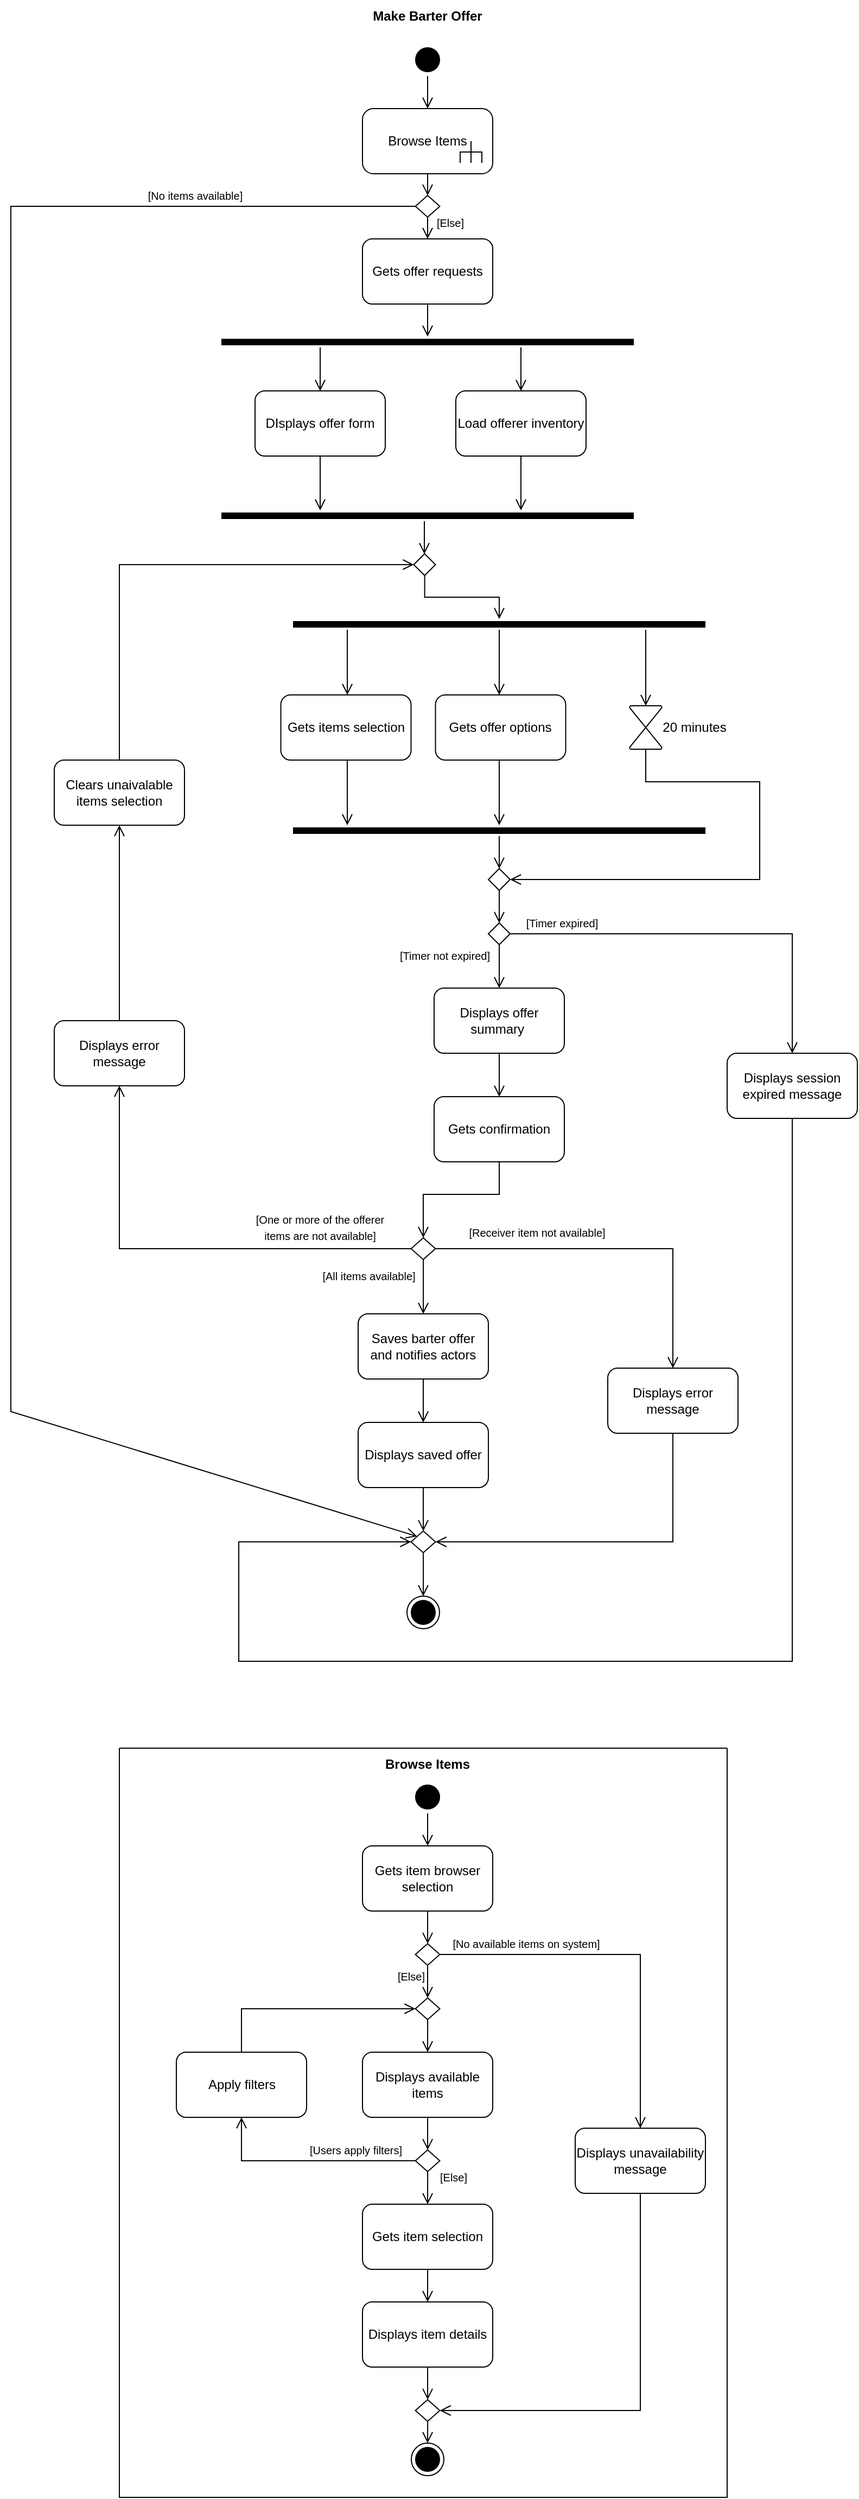
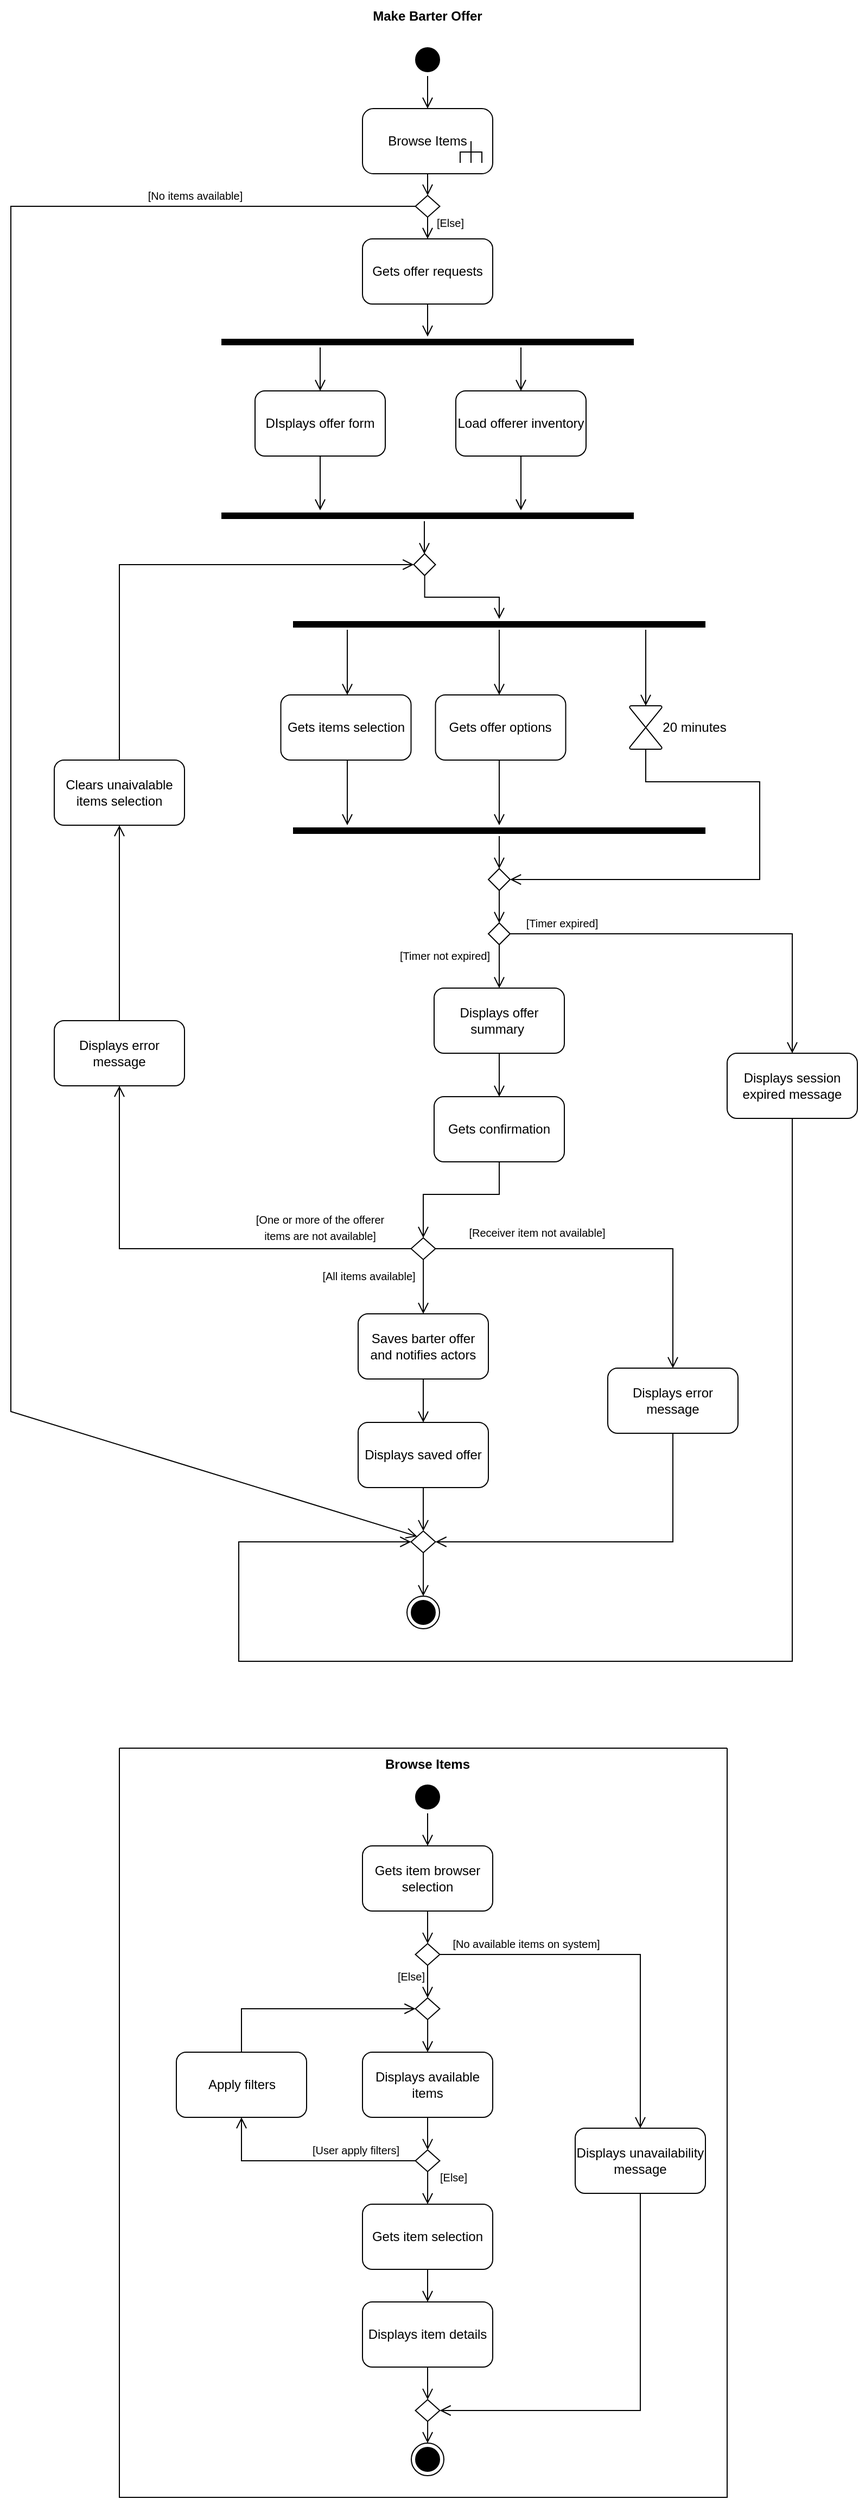
<mxfile host="app.diagrams.net">
  <diagram name="Pagina-1" id="wzVvh0PLMof7XneZ3m_G">
-     <mxGraphModel dx="5000" dy="2845" grid="1" gridSize="10" guides="1" tooltips="1" connect="1" arrows="1" fold="1" page="1" pageScale="1" pageWidth="827" pageHeight="1169" math="0" shadow="0">
+     <mxGraphModel dx="870" dy="495" grid="1" gridSize="10" guides="1" tooltips="1" connect="1" arrows="1" fold="1" page="1" pageScale="1" pageWidth="827" pageHeight="1169" math="0" shadow="0">
      <root>
        <mxCell id="0" />
        <mxCell id="1" parent="0" />
        <mxCell id="98pQ5EC6WEBKg6TK99Ge-1" parent="1" style="text;html=1;whiteSpace=wrap;strokeColor=none;fillColor=none;align=center;verticalAlign=middle;rounded=0;" value="&lt;b&gt;Make Barter Offer&lt;/b&gt;" vertex="1">
          <mxGeometry height="30" width="140" x="344" y="20" as="geometry" />
        </mxCell>
        <mxCell id="98pQ5EC6WEBKg6TK99Ge-6" parent="1" style="ellipse;html=1;shape=startState;fillColor=#000000;strokeColor=#000000;" value="" vertex="1">
          <mxGeometry height="30" width="30" x="399" y="60" as="geometry" />
        </mxCell>
        <mxCell id="98pQ5EC6WEBKg6TK99Ge-7" edge="1" parent="1" source="98pQ5EC6WEBKg6TK99Ge-6" style="edgeStyle=orthogonalEdgeStyle;html=1;verticalAlign=bottom;endArrow=open;endSize=8;strokeColor=#000000;rounded=0;" target="_pa2qI_lrXjVzIk5UoWA-33" value="">
          <mxGeometry relative="1" as="geometry">
            <mxPoint x="414" y="120" as="targetPoint" />
          </mxGeometry>
        </mxCell>
        <mxCell id="98pQ5EC6WEBKg6TK99Ge-8" parent="1" style="rounded=1;whiteSpace=wrap;html=1;" value="Gets offer requests" vertex="1">
          <mxGeometry height="60" width="120" x="354" y="240" as="geometry" />
        </mxCell>
        <mxCell id="98pQ5EC6WEBKg6TK99Ge-9" parent="1" style="rounded=1;whiteSpace=wrap;html=1;" value="DIsplays offer form" vertex="1">
          <mxGeometry height="60" width="120" x="255" y="380" as="geometry" />
        </mxCell>
        <mxCell id="98pQ5EC6WEBKg6TK99Ge-11" parent="1" style="rounded=1;whiteSpace=wrap;html=1;" value="Displays offer summary&amp;nbsp;" vertex="1">
          <mxGeometry height="60" width="120" x="420" y="930" as="geometry" />
        </mxCell>
        <mxCell id="98pQ5EC6WEBKg6TK99Ge-12" parent="1" style="rounded=1;whiteSpace=wrap;html=1;" value="Gets confirmation" vertex="1">
          <mxGeometry height="60" width="120" x="420" y="1030" as="geometry" />
        </mxCell>
        <mxCell id="98pQ5EC6WEBKg6TK99Ge-14" parent="1" style="rounded=1;whiteSpace=wrap;html=1;" value="Saves barter offer and notifies actors" vertex="1">
          <mxGeometry height="60" width="120" x="350" y="1230" as="geometry" />
        </mxCell>
        <mxCell id="98pQ5EC6WEBKg6TK99Ge-16" parent="1" style="rounded=1;whiteSpace=wrap;html=1;" value="Displays saved offer" vertex="1">
          <mxGeometry height="60" width="120" x="350" y="1330" as="geometry" />
        </mxCell>
        <mxCell id="98pQ5EC6WEBKg6TK99Ge-17" edge="1" parent="1" source="_pa2qI_lrXjVzIk5UoWA-33" style="edgeStyle=orthogonalEdgeStyle;html=1;verticalAlign=bottom;endArrow=open;endSize=8;strokeColor=#000000;rounded=0;" target="_pa2qI_lrXjVzIk5UoWA-69" value="">
          <mxGeometry relative="1" as="geometry">
            <mxPoint x="414" y="190" as="sourcePoint" />
            <mxPoint x="414" y="240" as="targetPoint" />
          </mxGeometry>
        </mxCell>
        <mxCell id="98pQ5EC6WEBKg6TK99Ge-19" edge="1" parent="1" source="98pQ5EC6WEBKg6TK99Ge-8" style="edgeStyle=orthogonalEdgeStyle;html=1;verticalAlign=bottom;endArrow=open;endSize=8;strokeColor=#000000;rounded=0;" target="_pa2qI_lrXjVzIk5UoWA-50" value="">
          <mxGeometry relative="1" as="geometry">
            <mxPoint x="404" y="460" as="sourcePoint" />
            <mxPoint x="404" y="490" as="targetPoint" />
          </mxGeometry>
        </mxCell>
        <mxCell id="98pQ5EC6WEBKg6TK99Ge-21" edge="1" parent="1" source="98pQ5EC6WEBKg6TK99Ge-11" style="edgeStyle=orthogonalEdgeStyle;html=1;verticalAlign=bottom;endArrow=open;endSize=8;strokeColor=#000000;rounded=0;" target="98pQ5EC6WEBKg6TK99Ge-12" value="">
          <mxGeometry relative="1" as="geometry">
            <mxPoint x="290" y="1080" as="sourcePoint" />
            <mxPoint x="290" y="1110" as="targetPoint" />
          </mxGeometry>
        </mxCell>
        <mxCell id="98pQ5EC6WEBKg6TK99Ge-22" edge="1" parent="1" source="98pQ5EC6WEBKg6TK99Ge-12" style="edgeStyle=orthogonalEdgeStyle;html=1;verticalAlign=bottom;endArrow=open;endSize=8;strokeColor=#000000;rounded=0;" target="98pQ5EC6WEBKg6TK99Ge-34" value="">
          <mxGeometry relative="1" as="geometry">
            <Array as="points">
              <mxPoint x="480" y="1120" />
              <mxPoint x="410" y="1120" />
            </Array>
            <mxPoint x="370" y="1150" as="sourcePoint" />
            <mxPoint x="370" y="1180" as="targetPoint" />
          </mxGeometry>
        </mxCell>
        <mxCell id="98pQ5EC6WEBKg6TK99Ge-23" edge="1" parent="1" source="98pQ5EC6WEBKg6TK99Ge-39" style="edgeStyle=orthogonalEdgeStyle;html=1;verticalAlign=bottom;endArrow=open;endSize=8;strokeColor=#000000;rounded=0;" target="98pQ5EC6WEBKg6TK99Ge-40" value="">
          <mxGeometry relative="1" as="geometry">
            <Array as="points">
              <mxPoint x="640" y="1440" />
            </Array>
            <mxPoint x="710" y="1430" as="sourcePoint" />
            <mxPoint x="370" y="1530" as="targetPoint" />
          </mxGeometry>
        </mxCell>
        <mxCell id="98pQ5EC6WEBKg6TK99Ge-26" edge="1" parent="1" source="98pQ5EC6WEBKg6TK99Ge-34" style="edgeStyle=orthogonalEdgeStyle;html=1;verticalAlign=bottom;endArrow=open;endSize=8;strokeColor=#000000;rounded=0;" target="98pQ5EC6WEBKg6TK99Ge-39" value="">
          <mxGeometry relative="1" as="geometry">
            <mxPoint x="470" y="1170" as="sourcePoint" />
            <mxPoint x="500" y="1170" as="targetPoint" />
          </mxGeometry>
        </mxCell>
        <mxCell id="98pQ5EC6WEBKg6TK99Ge-27" edge="1" parent="1" source="98pQ5EC6WEBKg6TK99Ge-34" style="edgeStyle=orthogonalEdgeStyle;html=1;verticalAlign=bottom;endArrow=open;endSize=8;strokeColor=#000000;rounded=0;exitX=0;exitY=0.5;exitDx=0;exitDy=0;" target="98pQ5EC6WEBKg6TK99Ge-42" value="">
          <mxGeometry relative="1" as="geometry">
            <mxPoint x="500" y="1120" as="sourcePoint" />
            <mxPoint x="200" y="1170" as="targetPoint" />
          </mxGeometry>
        </mxCell>
        <mxCell id="98pQ5EC6WEBKg6TK99Ge-28" edge="1" parent="1" source="98pQ5EC6WEBKg6TK99Ge-40" style="edgeStyle=orthogonalEdgeStyle;html=1;verticalAlign=bottom;endArrow=open;endSize=8;strokeColor=#000000;rounded=0;" target="98pQ5EC6WEBKg6TK99Ge-41" value="">
          <mxGeometry relative="1" as="geometry">
            <mxPoint x="521.05" y="1560" as="sourcePoint" />
            <mxPoint x="521.05" y="1590" as="targetPoint" />
          </mxGeometry>
        </mxCell>
        <mxCell id="98pQ5EC6WEBKg6TK99Ge-31" edge="1" parent="1" source="98pQ5EC6WEBKg6TK99Ge-43" style="edgeStyle=orthogonalEdgeStyle;html=1;verticalAlign=bottom;endArrow=open;endSize=8;strokeColor=#000000;rounded=0;" target="98pQ5EC6WEBKg6TK99Ge-45" value="">
          <mxGeometry relative="1" as="geometry">
            <Array as="points">
              <mxPoint x="130" y="540" />
            </Array>
            <mxPoint x="720" y="790" as="sourcePoint" />
            <mxPoint x="720" y="820" as="targetPoint" />
          </mxGeometry>
        </mxCell>
        <mxCell id="98pQ5EC6WEBKg6TK99Ge-32" edge="1" parent="1" source="98pQ5EC6WEBKg6TK99Ge-45" style="edgeStyle=orthogonalEdgeStyle;html=1;verticalAlign=bottom;endArrow=open;endSize=8;strokeColor=#000000;rounded=0;" target="_pa2qI_lrXjVzIk5UoWA-2" value="">
          <mxGeometry relative="1" as="geometry">
            <Array as="points">
              <mxPoint x="411" y="570" />
              <mxPoint x="480" y="570" />
            </Array>
            <mxPoint x="690" y="785" as="sourcePoint" />
            <mxPoint x="690" y="815" as="targetPoint" />
          </mxGeometry>
        </mxCell>
        <mxCell id="98pQ5EC6WEBKg6TK99Ge-33" edge="1" parent="1" source="98pQ5EC6WEBKg6TK99Ge-34" style="edgeStyle=orthogonalEdgeStyle;html=1;verticalAlign=bottom;endArrow=open;endSize=8;strokeColor=#000000;rounded=0;" target="98pQ5EC6WEBKg6TK99Ge-14" value="">
          <mxGeometry relative="1" as="geometry">
            <mxPoint x="580" y="1170" as="sourcePoint" />
            <mxPoint x="410" y="1210" as="targetPoint" />
          </mxGeometry>
        </mxCell>
        <mxCell id="98pQ5EC6WEBKg6TK99Ge-34" parent="1" style="rhombus;whiteSpace=wrap;html=1;" value="" vertex="1">
          <mxGeometry height="20" width="22.5" x="398.75" y="1160" as="geometry" />
        </mxCell>
        <mxCell id="98pQ5EC6WEBKg6TK99Ge-36" parent="1" style="text;html=1;whiteSpace=wrap;strokeColor=none;fillColor=none;align=center;verticalAlign=middle;rounded=0;" value="&lt;font style=&quot;font-size: 10px;&quot;&gt;[Receiver item not available]&lt;/font&gt;" vertex="1">
          <mxGeometry height="30" width="130" x="450" y="1140" as="geometry" />
        </mxCell>
        <mxCell id="98pQ5EC6WEBKg6TK99Ge-37" parent="1" style="text;html=1;whiteSpace=wrap;strokeColor=none;fillColor=none;align=center;verticalAlign=middle;rounded=0;" value="&lt;font style=&quot;font-size: 10px;&quot;&gt;[One or more of the offerer items are not available]&lt;/font&gt;" vertex="1">
          <mxGeometry height="30" width="130" x="250" y="1135" as="geometry" />
        </mxCell>
        <mxCell id="98pQ5EC6WEBKg6TK99Ge-38" parent="1" style="text;html=1;whiteSpace=wrap;strokeColor=none;fillColor=none;align=center;verticalAlign=middle;rounded=0;" value="&lt;font style=&quot;font-size: 10px;&quot;&gt;[All items available]&lt;/font&gt;" vertex="1">
          <mxGeometry height="30" width="90" x="315" y="1180" as="geometry" />
        </mxCell>
        <mxCell id="98pQ5EC6WEBKg6TK99Ge-39" parent="1" style="rounded=1;whiteSpace=wrap;html=1;" value="Displays error message" vertex="1">
          <mxGeometry height="60" width="120" x="580" y="1280" as="geometry" />
        </mxCell>
        <mxCell id="98pQ5EC6WEBKg6TK99Ge-40" parent="1" style="rhombus;whiteSpace=wrap;html=1;" value="" vertex="1">
          <mxGeometry height="20" width="22.5" x="398.75" y="1430" as="geometry" />
        </mxCell>
        <mxCell id="98pQ5EC6WEBKg6TK99Ge-41" parent="1" style="ellipse;html=1;shape=endState;fillColor=#000000;strokeColor=#000000;" value="" vertex="1">
          <mxGeometry height="30" width="30" x="395" y="1490" as="geometry" />
        </mxCell>
        <mxCell id="98pQ5EC6WEBKg6TK99Ge-42" parent="1" style="rounded=1;whiteSpace=wrap;html=1;" value="Displays error message" vertex="1">
          <mxGeometry height="60" width="120" x="70" y="960" as="geometry" />
        </mxCell>
        <mxCell id="98pQ5EC6WEBKg6TK99Ge-43" parent="1" style="rounded=1;whiteSpace=wrap;html=1;" value="Clears unaivalable items selection" vertex="1">
          <mxGeometry height="60" width="120" x="70" y="720" as="geometry" />
        </mxCell>
        <mxCell id="98pQ5EC6WEBKg6TK99Ge-45" parent="1" style="rhombus;whiteSpace=wrap;html=1;" value="" vertex="1">
          <mxGeometry height="20" width="20" x="401.25" y="530" as="geometry" />
        </mxCell>
        <mxCell id="98pQ5EC6WEBKg6TK99Ge-47" edge="1" parent="1" source="98pQ5EC6WEBKg6TK99Ge-42" style="edgeStyle=orthogonalEdgeStyle;html=1;verticalAlign=bottom;endArrow=open;endSize=8;strokeColor=#000000;rounded=0;" target="98pQ5EC6WEBKg6TK99Ge-43" value="">
          <mxGeometry relative="1" as="geometry">
            <mxPoint x="190" y="540" as="sourcePoint" />
            <mxPoint x="190" y="570" as="targetPoint" />
          </mxGeometry>
        </mxCell>
        <mxCell id="98pQ5EC6WEBKg6TK99Ge-49" edge="1" parent="1" source="98pQ5EC6WEBKg6TK99Ge-16" style="edgeStyle=orthogonalEdgeStyle;html=1;verticalAlign=bottom;endArrow=open;endSize=8;strokeColor=#000000;rounded=0;" target="98pQ5EC6WEBKg6TK99Ge-40" value="">
          <mxGeometry relative="1" as="geometry">
            <mxPoint x="590" y="980" as="sourcePoint" />
            <mxPoint x="440" y="1510" as="targetPoint" />
          </mxGeometry>
        </mxCell>
        <mxCell id="98pQ5EC6WEBKg6TK99Ge-54" edge="1" parent="1" source="98pQ5EC6WEBKg6TK99Ge-14" style="edgeStyle=orthogonalEdgeStyle;html=1;verticalAlign=bottom;endArrow=open;endSize=8;strokeColor=#000000;rounded=0;" target="98pQ5EC6WEBKg6TK99Ge-16" value="">
          <mxGeometry relative="1" as="geometry">
            <mxPoint x="410" y="1370" as="sourcePoint" />
            <mxPoint x="410" y="1440" as="targetPoint" />
          </mxGeometry>
        </mxCell>
        <mxCell id="_pa2qI_lrXjVzIk5UoWA-2" parent="1" style="shape=line;html=1;strokeWidth=6;strokeColor=#000000;" value="" vertex="1">
          <mxGeometry height="10" width="380" x="290" y="590" as="geometry" />
        </mxCell>
        <mxCell id="_pa2qI_lrXjVzIk5UoWA-4" parent="1" style="rounded=1;whiteSpace=wrap;html=1;" value="Gets items selection" vertex="1">
          <mxGeometry height="60" width="120" x="278.75" y="660" as="geometry" />
        </mxCell>
        <mxCell id="_pa2qI_lrXjVzIk5UoWA-5" parent="1" style="rounded=1;whiteSpace=wrap;html=1;" value="Gets offer options" vertex="1">
          <mxGeometry height="60" width="120" x="421.25" y="660" as="geometry" />
        </mxCell>
        <mxCell id="_pa2qI_lrXjVzIk5UoWA-8" parent="1" style="verticalLabelPosition=bottom;verticalAlign=top;html=1;shape=mxgraph.flowchart.collate;" value="" vertex="1">
          <mxGeometry height="40" width="30" x="600" y="670" as="geometry" />
        </mxCell>
        <mxCell id="_pa2qI_lrXjVzIk5UoWA-9" edge="1" parent="1" source="_pa2qI_lrXjVzIk5UoWA-2" style="edgeStyle=orthogonalEdgeStyle;html=1;verticalAlign=bottom;endArrow=open;endSize=8;strokeColor=#000000;rounded=0;" target="_pa2qI_lrXjVzIk5UoWA-4" value="">
          <mxGeometry relative="1" as="geometry">
            <Array as="points">
              <mxPoint x="340" y="610" />
              <mxPoint x="340" y="610" />
            </Array>
            <mxPoint x="800" y="610" as="sourcePoint" />
            <mxPoint x="800" y="660" as="targetPoint" />
          </mxGeometry>
        </mxCell>
        <mxCell id="_pa2qI_lrXjVzIk5UoWA-10" parent="1" style="text;html=1;whiteSpace=wrap;strokeColor=none;fillColor=none;align=center;verticalAlign=middle;rounded=0;" value="20 minutes" vertex="1">
          <mxGeometry height="15" width="80" x="620" y="682.5" as="geometry" />
        </mxCell>
        <mxCell id="_pa2qI_lrXjVzIk5UoWA-12" edge="1" parent="1" source="_pa2qI_lrXjVzIk5UoWA-2" style="edgeStyle=orthogonalEdgeStyle;html=1;verticalAlign=bottom;endArrow=open;endSize=8;strokeColor=#000000;rounded=0;" target="_pa2qI_lrXjVzIk5UoWA-8" value="">
          <mxGeometry relative="1" as="geometry">
            <Array as="points">
              <mxPoint x="615" y="610" />
              <mxPoint x="615" y="610" />
            </Array>
            <mxPoint x="790" y="850" as="sourcePoint" />
            <mxPoint x="790" y="900" as="targetPoint" />
          </mxGeometry>
        </mxCell>
        <mxCell id="_pa2qI_lrXjVzIk5UoWA-13" edge="1" parent="1" source="_pa2qI_lrXjVzIk5UoWA-2" style="edgeStyle=orthogonalEdgeStyle;html=1;verticalAlign=bottom;endArrow=open;endSize=8;strokeColor=#000000;rounded=0;" target="_pa2qI_lrXjVzIk5UoWA-5" value="">
          <mxGeometry relative="1" as="geometry">
            <Array as="points">
              <mxPoint x="480" y="650" />
              <mxPoint x="480" y="650" />
            </Array>
            <mxPoint x="800" y="500" as="sourcePoint" />
            <mxPoint x="800" y="550" as="targetPoint" />
          </mxGeometry>
        </mxCell>
        <mxCell id="_pa2qI_lrXjVzIk5UoWA-16" edge="1" parent="1" source="_pa2qI_lrXjVzIk5UoWA-5" style="edgeStyle=orthogonalEdgeStyle;html=1;verticalAlign=bottom;endArrow=open;endSize=8;strokeColor=#000000;rounded=0;" target="_pa2qI_lrXjVzIk5UoWA-47" value="">
          <mxGeometry relative="1" as="geometry">
            <Array as="points">
              <mxPoint x="480" y="730" />
              <mxPoint x="480" y="730" />
            </Array>
            <mxPoint x="490" y="710" as="sourcePoint" />
            <mxPoint x="480" y="760" as="targetPoint" />
          </mxGeometry>
        </mxCell>
        <mxCell id="_pa2qI_lrXjVzIk5UoWA-17" edge="1" parent="1" source="_pa2qI_lrXjVzIk5UoWA-4" style="edgeStyle=orthogonalEdgeStyle;html=1;verticalAlign=bottom;endArrow=open;endSize=8;strokeColor=#000000;rounded=0;" target="_pa2qI_lrXjVzIk5UoWA-47" value="">
          <mxGeometry relative="1" as="geometry">
            <Array as="points">
              <mxPoint x="340" y="750" />
              <mxPoint x="340" y="750" />
            </Array>
            <mxPoint x="360" y="750" as="sourcePoint" />
            <mxPoint x="470" y="770" as="targetPoint" />
          </mxGeometry>
        </mxCell>
        <mxCell id="_pa2qI_lrXjVzIk5UoWA-22" parent="1" style="rounded=1;whiteSpace=wrap;html=1;" value="Displays session expired message" vertex="1">
          <mxGeometry height="60" width="120" x="690" y="990" as="geometry" />
        </mxCell>
        <mxCell id="_pa2qI_lrXjVzIk5UoWA-25" edge="1" parent="1" source="_pa2qI_lrXjVzIk5UoWA-22" style="edgeStyle=orthogonalEdgeStyle;html=1;verticalAlign=bottom;endArrow=open;endSize=8;strokeColor=#000000;rounded=0;" target="98pQ5EC6WEBKg6TK99Ge-40" value="">
          <mxGeometry relative="1" as="geometry">
            <Array as="points">
              <mxPoint x="750" y="1550" />
              <mxPoint x="240" y="1550" />
              <mxPoint x="240" y="1440" />
            </Array>
            <mxPoint x="1310" y="1000" as="sourcePoint" />
            <mxPoint x="1140" y="1330" as="targetPoint" />
          </mxGeometry>
        </mxCell>
        <mxCell id="_pa2qI_lrXjVzIk5UoWA-26" parent="1" style="swimlane;startSize=0;" value="" vertex="1">
          <mxGeometry height="690" width="560" x="130" y="1630" as="geometry" />
        </mxCell>
        <mxCell id="98pQ5EC6WEBKg6TK99Ge-3" parent="_pa2qI_lrXjVzIk5UoWA-26" style="text;html=1;whiteSpace=wrap;strokeColor=none;fillColor=none;align=center;verticalAlign=middle;rounded=0;" value="&lt;b&gt;Browse Items&lt;/b&gt;" vertex="1">
          <mxGeometry height="30" width="100" x="234" as="geometry" />
        </mxCell>
-         <mxCell id="_pa2qI_lrXjVzIk5UoWA-81" parent="_pa2qI_lrXjVzIk5UoWA-26" style="text;html=1;whiteSpace=wrap;strokeColor=none;fillColor=none;align=center;verticalAlign=middle;rounded=0;" value="&lt;font style=&quot;font-size: 10px;&quot;&gt;[Users apply filters]&lt;/font&gt;" vertex="1">
+         <mxCell id="_pa2qI_lrXjVzIk5UoWA-81" parent="_pa2qI_lrXjVzIk5UoWA-26" style="text;html=1;whiteSpace=wrap;strokeColor=none;fillColor=none;align=center;verticalAlign=middle;rounded=0;" value="&lt;font style=&quot;font-size: 10px;&quot;&gt;[User apply filters]&lt;/font&gt;" vertex="1">
          <mxGeometry height="20" width="110" x="162.75" y="360" as="geometry" />
        </mxCell>
        <mxCell id="98pQ5EC6WEBKg6TK99Ge-70" parent="_pa2qI_lrXjVzIk5UoWA-26" style="rounded=1;whiteSpace=wrap;html=1;" value="Displays item details" vertex="1">
          <mxGeometry height="60" width="120" x="224" y="510" as="geometry" />
        </mxCell>
        <mxCell id="98pQ5EC6WEBKg6TK99Ge-62" parent="_pa2qI_lrXjVzIk5UoWA-26" style="rounded=1;whiteSpace=wrap;html=1;" value="Gets item selection" vertex="1">
          <mxGeometry height="60" width="120" x="224" y="420" as="geometry" />
        </mxCell>
        <mxCell id="98pQ5EC6WEBKg6TK99Ge-68" edge="1" parent="_pa2qI_lrXjVzIk5UoWA-26" source="98pQ5EC6WEBKg6TK99Ge-62" style="edgeStyle=orthogonalEdgeStyle;html=1;verticalAlign=bottom;endArrow=open;endSize=8;strokeColor=#000000;rounded=0;" target="98pQ5EC6WEBKg6TK99Ge-70" value="">
          <mxGeometry relative="1" as="geometry">
            <mxPoint x="429" y="570" as="sourcePoint" />
            <mxPoint x="429" y="600" as="targetPoint" />
          </mxGeometry>
        </mxCell>
        <mxCell id="98pQ5EC6WEBKg6TK99Ge-61" parent="_pa2qI_lrXjVzIk5UoWA-26" style="rounded=1;whiteSpace=wrap;html=1;" value="Displays available items" vertex="1">
          <mxGeometry height="60" width="120" x="224" y="280" as="geometry" />
        </mxCell>
        <mxCell id="98pQ5EC6WEBKg6TK99Ge-60" parent="_pa2qI_lrXjVzIk5UoWA-26" style="rounded=1;whiteSpace=wrap;html=1;" value="Gets item browser selection" vertex="1">
          <mxGeometry height="60" width="120" x="224" y="90" as="geometry" />
        </mxCell>
        <mxCell id="_pa2qI_lrXjVzIk5UoWA-60" parent="_pa2qI_lrXjVzIk5UoWA-26" style="rhombus;whiteSpace=wrap;html=1;" value="" vertex="1">
          <mxGeometry height="20" width="22.5" x="272.75" y="180" as="geometry" />
        </mxCell>
        <mxCell id="98pQ5EC6WEBKg6TK99Ge-66" edge="1" parent="_pa2qI_lrXjVzIk5UoWA-26" source="98pQ5EC6WEBKg6TK99Ge-60" style="edgeStyle=orthogonalEdgeStyle;html=1;verticalAlign=bottom;endArrow=open;endSize=8;strokeColor=#000000;rounded=0;" target="_pa2qI_lrXjVzIk5UoWA-60" value="">
          <mxGeometry relative="1" as="geometry">
            <mxPoint x="349" y="220" as="sourcePoint" />
            <mxPoint x="349" y="250" as="targetPoint" />
          </mxGeometry>
        </mxCell>
        <mxCell id="_pa2qI_lrXjVzIk5UoWA-63" parent="_pa2qI_lrXjVzIk5UoWA-26" style="text;html=1;whiteSpace=wrap;strokeColor=none;fillColor=none;align=center;verticalAlign=middle;rounded=0;" value="&lt;font style=&quot;font-size: 10px;&quot;&gt;[Else]&lt;/font&gt;" vertex="1">
          <mxGeometry height="20" width="40" x="249" y="200" as="geometry" />
        </mxCell>
        <mxCell id="_pa2qI_lrXjVzIk5UoWA-64" edge="1" parent="_pa2qI_lrXjVzIk5UoWA-26" source="_pa2qI_lrXjVzIk5UoWA-60" style="edgeStyle=orthogonalEdgeStyle;html=1;verticalAlign=bottom;endArrow=open;endSize=8;strokeColor=#000000;rounded=0;" target="_pa2qI_lrXjVzIk5UoWA-78" value="">
          <mxGeometry relative="1" as="geometry">
            <mxPoint x="269" y="250" as="sourcePoint" />
            <mxPoint x="269" y="290" as="targetPoint" />
          </mxGeometry>
        </mxCell>
        <mxCell id="_pa2qI_lrXjVzIk5UoWA-67" parent="_pa2qI_lrXjVzIk5UoWA-26" style="rhombus;whiteSpace=wrap;html=1;" value="" vertex="1">
          <mxGeometry height="20" width="22.5" x="272.75" y="600" as="geometry" />
        </mxCell>
        <mxCell id="98pQ5EC6WEBKg6TK99Ge-69" edge="1" parent="_pa2qI_lrXjVzIk5UoWA-26" source="98pQ5EC6WEBKg6TK99Ge-70" style="edgeStyle=orthogonalEdgeStyle;html=1;verticalAlign=bottom;endArrow=open;endSize=8;strokeColor=#000000;rounded=0;" target="_pa2qI_lrXjVzIk5UoWA-67" value="">
          <mxGeometry relative="1" as="geometry">
            <mxPoint x="409" y="710" as="sourcePoint" />
            <mxPoint x="409" y="740" as="targetPoint" />
          </mxGeometry>
        </mxCell>
        <mxCell id="98pQ5EC6WEBKg6TK99Ge-64" parent="_pa2qI_lrXjVzIk5UoWA-26" style="ellipse;html=1;shape=endState;fillColor=#000000;strokeColor=#000000;" value="" vertex="1">
          <mxGeometry height="30" width="30" x="269" y="640" as="geometry" />
        </mxCell>
        <mxCell id="_pa2qI_lrXjVzIk5UoWA-68" edge="1" parent="_pa2qI_lrXjVzIk5UoWA-26" source="_pa2qI_lrXjVzIk5UoWA-67" style="edgeStyle=orthogonalEdgeStyle;html=1;verticalAlign=bottom;endArrow=open;endSize=8;strokeColor=#000000;rounded=0;" target="98pQ5EC6WEBKg6TK99Ge-64" value="">
          <mxGeometry relative="1" as="geometry">
            <Array as="points" />
            <mxPoint x="284" y="600" as="sourcePoint" />
            <mxPoint x="499" y="630" as="targetPoint" />
          </mxGeometry>
        </mxCell>
        <mxCell id="98pQ5EC6WEBKg6TK99Ge-63" parent="_pa2qI_lrXjVzIk5UoWA-26" style="ellipse;html=1;shape=startState;fillColor=#000000;strokeColor=#000000;" value="" vertex="1">
          <mxGeometry height="30" width="30" x="269" y="30" as="geometry" />
        </mxCell>
        <mxCell id="98pQ5EC6WEBKg6TK99Ge-65" edge="1" parent="_pa2qI_lrXjVzIk5UoWA-26" source="98pQ5EC6WEBKg6TK99Ge-63" style="edgeStyle=orthogonalEdgeStyle;html=1;verticalAlign=bottom;endArrow=open;endSize=8;strokeColor=#000000;rounded=0;" target="98pQ5EC6WEBKg6TK99Ge-60" value="">
          <mxGeometry relative="1" as="geometry">
            <mxPoint x="329" y="70" as="sourcePoint" />
            <mxPoint x="329" y="100" as="targetPoint" />
          </mxGeometry>
        </mxCell>
        <mxCell id="_pa2qI_lrXjVzIk5UoWA-62" parent="_pa2qI_lrXjVzIk5UoWA-26" style="text;html=1;whiteSpace=wrap;strokeColor=none;fillColor=none;align=center;verticalAlign=middle;rounded=0;" value="&lt;font style=&quot;font-size: 10px;&quot;&gt;[No available items on system]&lt;/font&gt;" vertex="1">
          <mxGeometry height="20" width="160" x="295" y="170" as="geometry" />
        </mxCell>
        <mxCell id="_pa2qI_lrXjVzIk5UoWA-76" parent="_pa2qI_lrXjVzIk5UoWA-26" style="rhombus;whiteSpace=wrap;html=1;" value="" vertex="1">
          <mxGeometry height="20" width="22.5" x="272.75" y="370" as="geometry" />
        </mxCell>
        <mxCell id="98pQ5EC6WEBKg6TK99Ge-67" edge="1" parent="_pa2qI_lrXjVzIk5UoWA-26" source="98pQ5EC6WEBKg6TK99Ge-61" style="edgeStyle=orthogonalEdgeStyle;html=1;verticalAlign=bottom;endArrow=open;endSize=8;strokeColor=#000000;rounded=0;" target="_pa2qI_lrXjVzIk5UoWA-76" value="">
          <mxGeometry relative="1" as="geometry">
            <mxPoint x="419" y="430" as="sourcePoint" />
            <mxPoint x="419" y="460" as="targetPoint" />
          </mxGeometry>
        </mxCell>
        <mxCell id="_pa2qI_lrXjVzIk5UoWA-79" edge="1" parent="_pa2qI_lrXjVzIk5UoWA-26" source="_pa2qI_lrXjVzIk5UoWA-76" style="edgeStyle=orthogonalEdgeStyle;html=1;verticalAlign=bottom;endArrow=open;endSize=8;strokeColor=#000000;rounded=0;" target="98pQ5EC6WEBKg6TK99Ge-62" value="">
          <mxGeometry relative="1" as="geometry">
            <mxPoint x="119" y="370" as="sourcePoint" />
            <mxPoint x="29" y="460" as="targetPoint" />
          </mxGeometry>
        </mxCell>
        <mxCell id="_pa2qI_lrXjVzIk5UoWA-80" edge="1" parent="_pa2qI_lrXjVzIk5UoWA-26" source="_pa2qI_lrXjVzIk5UoWA-76" style="edgeStyle=orthogonalEdgeStyle;html=1;verticalAlign=bottom;endArrow=open;endSize=8;strokeColor=#000000;rounded=0;" target="_pa2qI_lrXjVzIk5UoWA-77" value="">
          <mxGeometry relative="1" as="geometry">
            <mxPoint x="339" y="320" as="sourcePoint" />
            <mxPoint x="249" y="330" as="targetPoint" />
          </mxGeometry>
        </mxCell>
        <mxCell id="_pa2qI_lrXjVzIk5UoWA-77" parent="_pa2qI_lrXjVzIk5UoWA-26" style="rounded=1;whiteSpace=wrap;html=1;" value="Apply filters" vertex="1">
          <mxGeometry height="60" width="120" x="52.5" y="280" as="geometry" />
        </mxCell>
        <mxCell id="_pa2qI_lrXjVzIk5UoWA-82" parent="_pa2qI_lrXjVzIk5UoWA-26" style="text;html=1;whiteSpace=wrap;strokeColor=none;fillColor=none;align=center;verticalAlign=middle;rounded=0;" value="&lt;font style=&quot;font-size: 10px;&quot;&gt;[Else]&lt;/font&gt;" vertex="1">
          <mxGeometry height="10" width="26" x="295" y="390" as="geometry" />
        </mxCell>
        <mxCell id="_pa2qI_lrXjVzIk5UoWA-78" parent="_pa2qI_lrXjVzIk5UoWA-26" style="rhombus;whiteSpace=wrap;html=1;" value="" vertex="1">
          <mxGeometry height="20" width="22.5" x="272.75" y="230" as="geometry" />
        </mxCell>
        <mxCell id="_pa2qI_lrXjVzIk5UoWA-84" edge="1" parent="_pa2qI_lrXjVzIk5UoWA-26" source="_pa2qI_lrXjVzIk5UoWA-77" style="edgeStyle=orthogonalEdgeStyle;html=1;verticalAlign=bottom;endArrow=open;endSize=8;strokeColor=#000000;rounded=0;" target="_pa2qI_lrXjVzIk5UoWA-78" value="">
          <mxGeometry relative="1" as="geometry">
            <Array as="points">
              <mxPoint x="112" y="240" />
            </Array>
            <mxPoint x="70" y="410" as="sourcePoint" />
            <mxPoint x="70" y="490" as="targetPoint" />
          </mxGeometry>
        </mxCell>
        <mxCell id="_pa2qI_lrXjVzIk5UoWA-86" edge="1" parent="_pa2qI_lrXjVzIk5UoWA-26" source="_pa2qI_lrXjVzIk5UoWA-78" style="edgeStyle=orthogonalEdgeStyle;html=1;verticalAlign=bottom;endArrow=open;endSize=8;strokeColor=#000000;rounded=0;" target="98pQ5EC6WEBKg6TK99Ge-61" value="">
          <mxGeometry relative="1" as="geometry">
            <mxPoint x="310" y="250" as="sourcePoint" />
            <mxPoint x="310" y="280" as="targetPoint" />
          </mxGeometry>
        </mxCell>
        <mxCell id="_pa2qI_lrXjVzIk5UoWA-33" parent="1" style="html=1;shape=mxgraph.sysml.callBehAct;whiteSpace=wrap;align=center;" value="Browse Items" vertex="1">
          <mxGeometry height="60" width="120" x="354" y="120" as="geometry" />
        </mxCell>
        <mxCell id="_pa2qI_lrXjVzIk5UoWA-35" edge="1" parent="1" source="_pa2qI_lrXjVzIk5UoWA-8" style="edgeStyle=orthogonalEdgeStyle;html=1;verticalAlign=bottom;endArrow=open;endSize=8;strokeColor=#000000;rounded=0;" target="_pa2qI_lrXjVzIk5UoWA-39" value="">
          <mxGeometry relative="1" as="geometry">
            <Array as="points">
              <mxPoint x="615" y="740" />
              <mxPoint x="720" y="740" />
              <mxPoint x="720" y="830" />
            </Array>
            <mxPoint x="615" y="705" as="sourcePoint" />
            <mxPoint x="490" y="815" as="targetPoint" />
          </mxGeometry>
        </mxCell>
        <mxCell id="_pa2qI_lrXjVzIk5UoWA-39" parent="1" style="rhombus;whiteSpace=wrap;html=1;" value="" vertex="1">
          <mxGeometry height="20" width="20" x="470" y="820" as="geometry" />
        </mxCell>
        <mxCell id="_pa2qI_lrXjVzIk5UoWA-41" edge="1" parent="1" source="_pa2qI_lrXjVzIk5UoWA-39" style="edgeStyle=orthogonalEdgeStyle;html=1;verticalAlign=bottom;endArrow=open;endSize=8;strokeColor=#000000;rounded=0;exitX=0.5;exitY=1;exitDx=0;exitDy=0;" target="_pa2qI_lrXjVzIk5UoWA-42" value="">
          <mxGeometry relative="1" as="geometry">
            <mxPoint x="741" y="840" as="sourcePoint" />
            <mxPoint x="481" y="810" as="targetPoint" />
          </mxGeometry>
        </mxCell>
        <mxCell id="_pa2qI_lrXjVzIk5UoWA-42" parent="1" style="rhombus;whiteSpace=wrap;html=1;" value="" vertex="1">
          <mxGeometry height="20" width="20" x="470" y="870" as="geometry" />
        </mxCell>
        <mxCell id="_pa2qI_lrXjVzIk5UoWA-43" edge="1" parent="1" source="_pa2qI_lrXjVzIk5UoWA-42" style="edgeStyle=orthogonalEdgeStyle;html=1;verticalAlign=bottom;endArrow=open;endSize=8;strokeColor=#000000;rounded=0;exitX=0.5;exitY=1;exitDx=0;exitDy=0;" target="98pQ5EC6WEBKg6TK99Ge-11" value="">
          <mxGeometry relative="1" as="geometry">
            <Array as="points" />
            <mxPoint x="480" y="810" as="sourcePoint" />
            <mxPoint x="479.9999999999998" y="850" as="targetPoint" />
          </mxGeometry>
        </mxCell>
        <mxCell id="_pa2qI_lrXjVzIk5UoWA-44" edge="1" parent="1" source="_pa2qI_lrXjVzIk5UoWA-42" style="edgeStyle=orthogonalEdgeStyle;html=1;verticalAlign=bottom;endArrow=open;endSize=8;strokeColor=#000000;rounded=0;exitX=1;exitY=0.5;exitDx=0;exitDy=0;entryX=0.5;entryY=0;entryDx=0;entryDy=0;" target="_pa2qI_lrXjVzIk5UoWA-22" value="">
          <mxGeometry relative="1" as="geometry">
            <mxPoint x="620" y="780" as="sourcePoint" />
            <mxPoint x="620" y="800" as="targetPoint" />
          </mxGeometry>
        </mxCell>
        <mxCell id="_pa2qI_lrXjVzIk5UoWA-45" parent="1" style="text;html=1;whiteSpace=wrap;strokeColor=none;fillColor=none;align=center;verticalAlign=middle;rounded=0;" value="&lt;font style=&quot;font-size: 10px;&quot;&gt;[Timer expired]&lt;/font&gt;" vertex="1">
          <mxGeometry height="20" width="74" x="501" y="860" as="geometry" />
        </mxCell>
        <mxCell id="_pa2qI_lrXjVzIk5UoWA-46" parent="1" style="text;html=1;whiteSpace=wrap;strokeColor=none;fillColor=none;align=center;verticalAlign=middle;rounded=0;" value="&lt;font style=&quot;font-size: 10px;&quot;&gt;[Timer not expired]&lt;/font&gt;" vertex="1">
          <mxGeometry height="20" width="90" x="385" y="890" as="geometry" />
        </mxCell>
        <mxCell id="_pa2qI_lrXjVzIk5UoWA-47" parent="1" style="shape=line;html=1;strokeWidth=6;strokeColor=#000000;" value="" vertex="1">
          <mxGeometry height="10" width="380" x="290" y="780" as="geometry" />
        </mxCell>
        <mxCell id="_pa2qI_lrXjVzIk5UoWA-49" edge="1" parent="1" source="_pa2qI_lrXjVzIk5UoWA-47" style="edgeStyle=orthogonalEdgeStyle;html=1;verticalAlign=bottom;endArrow=open;endSize=8;strokeColor=#000000;rounded=0;" target="_pa2qI_lrXjVzIk5UoWA-39" value="">
          <mxGeometry relative="1" as="geometry">
            <Array as="points">
              <mxPoint x="480" y="780" />
              <mxPoint x="480" y="780" />
            </Array>
            <mxPoint x="510" y="790" as="sourcePoint" />
            <mxPoint x="500" y="840" as="targetPoint" />
          </mxGeometry>
        </mxCell>
        <mxCell id="_pa2qI_lrXjVzIk5UoWA-50" parent="1" style="shape=line;html=1;strokeWidth=6;strokeColor=#000000;" value="" vertex="1">
          <mxGeometry height="10" width="380" x="224" y="330" as="geometry" />
        </mxCell>
        <mxCell id="_pa2qI_lrXjVzIk5UoWA-51" parent="1" style="shape=line;html=1;strokeWidth=6;strokeColor=#000000;" value="" vertex="1">
          <mxGeometry height="10" width="380" x="224" y="490" as="geometry" />
        </mxCell>
        <mxCell id="_pa2qI_lrXjVzIk5UoWA-52" parent="1" style="rounded=1;whiteSpace=wrap;html=1;" value="Load offerer inventory" vertex="1">
          <mxGeometry height="60" width="120" x="440" y="380" as="geometry" />
        </mxCell>
        <mxCell id="_pa2qI_lrXjVzIk5UoWA-53" edge="1" parent="1" source="_pa2qI_lrXjVzIk5UoWA-50" style="edgeStyle=orthogonalEdgeStyle;html=1;verticalAlign=bottom;endArrow=open;endSize=8;strokeColor=#000000;rounded=0;" target="98pQ5EC6WEBKg6TK99Ge-9" value="">
          <mxGeometry relative="1" as="geometry">
            <Array as="points">
              <mxPoint x="315" y="350" />
              <mxPoint x="315" y="350" />
            </Array>
            <mxPoint x="770" y="610" as="sourcePoint" />
            <mxPoint x="770" y="670" as="targetPoint" />
          </mxGeometry>
        </mxCell>
        <mxCell id="_pa2qI_lrXjVzIk5UoWA-54" edge="1" parent="1" source="_pa2qI_lrXjVzIk5UoWA-51" style="edgeStyle=orthogonalEdgeStyle;html=1;verticalAlign=bottom;endArrow=open;endSize=8;strokeColor=#000000;rounded=0;" target="98pQ5EC6WEBKg6TK99Ge-45" value="">
          <mxGeometry relative="1" as="geometry">
            <Array as="points">
              <mxPoint x="411" y="510" />
              <mxPoint x="411" y="510" />
            </Array>
            <mxPoint x="950" y="590" as="sourcePoint" />
            <mxPoint x="510" y="540" as="targetPoint" />
          </mxGeometry>
        </mxCell>
        <mxCell id="_pa2qI_lrXjVzIk5UoWA-57" edge="1" parent="1" source="_pa2qI_lrXjVzIk5UoWA-52" style="edgeStyle=orthogonalEdgeStyle;html=1;verticalAlign=bottom;endArrow=open;endSize=8;strokeColor=#000000;rounded=0;" target="_pa2qI_lrXjVzIk5UoWA-51" value="">
          <mxGeometry relative="1" as="geometry">
            <Array as="points">
              <mxPoint x="500" y="480" />
              <mxPoint x="500" y="480" />
            </Array>
            <mxPoint x="710" y="420" as="sourcePoint" />
            <mxPoint x="710" y="450" as="targetPoint" />
          </mxGeometry>
        </mxCell>
        <mxCell id="_pa2qI_lrXjVzIk5UoWA-58" edge="1" parent="1" source="_pa2qI_lrXjVzIk5UoWA-50" style="edgeStyle=orthogonalEdgeStyle;html=1;verticalAlign=bottom;endArrow=open;endSize=8;strokeColor=#000000;rounded=0;" target="_pa2qI_lrXjVzIk5UoWA-52" value="">
          <mxGeometry relative="1" as="geometry">
            <Array as="points">
              <mxPoint x="500" y="350" />
              <mxPoint x="500" y="350" />
            </Array>
            <mxPoint x="660" y="390" as="sourcePoint" />
            <mxPoint x="660" y="420" as="targetPoint" />
          </mxGeometry>
        </mxCell>
        <mxCell id="_pa2qI_lrXjVzIk5UoWA-59" edge="1" parent="1" source="98pQ5EC6WEBKg6TK99Ge-9" style="edgeStyle=orthogonalEdgeStyle;html=1;verticalAlign=bottom;endArrow=open;endSize=8;strokeColor=#000000;rounded=0;" target="_pa2qI_lrXjVzIk5UoWA-51" value="">
          <mxGeometry relative="1" as="geometry">
            <Array as="points">
              <mxPoint x="315" y="470" />
              <mxPoint x="315" y="470" />
            </Array>
            <mxPoint x="700" y="500" as="sourcePoint" />
            <mxPoint x="700" y="530" as="targetPoint" />
          </mxGeometry>
        </mxCell>
        <mxCell id="_pa2qI_lrXjVzIk5UoWA-61" edge="1" parent="1" source="_pa2qI_lrXjVzIk5UoWA-60" style="edgeStyle=orthogonalEdgeStyle;html=1;verticalAlign=bottom;endArrow=open;endSize=8;strokeColor=#000000;rounded=0;" target="_pa2qI_lrXjVzIk5UoWA-65" value="">
          <mxGeometry relative="1" as="geometry">
            <mxPoint x="720" y="2010" as="sourcePoint" />
            <mxPoint x="720" y="2070" as="targetPoint" />
          </mxGeometry>
        </mxCell>
        <mxCell id="_pa2qI_lrXjVzIk5UoWA-65" parent="1" style="rounded=1;whiteSpace=wrap;html=1;" value="Displays unavailability message" vertex="1">
          <mxGeometry height="60" width="120" x="550" y="1980" as="geometry" />
        </mxCell>
        <mxCell id="_pa2qI_lrXjVzIk5UoWA-66" edge="1" parent="1" source="_pa2qI_lrXjVzIk5UoWA-65" style="edgeStyle=orthogonalEdgeStyle;html=1;verticalAlign=bottom;endArrow=open;endSize=8;strokeColor=#000000;rounded=0;" target="_pa2qI_lrXjVzIk5UoWA-67" value="">
          <mxGeometry relative="1" as="geometry">
            <Array as="points">
              <mxPoint x="610" y="2240" />
            </Array>
            <mxPoint x="660" y="2050" as="sourcePoint" />
            <mxPoint x="660" y="2090" as="targetPoint" />
          </mxGeometry>
        </mxCell>
        <mxCell id="_pa2qI_lrXjVzIk5UoWA-69" parent="1" style="rhombus;whiteSpace=wrap;html=1;" value="" vertex="1">
          <mxGeometry height="20" width="22.5" x="402.75" y="200" as="geometry" />
        </mxCell>
        <mxCell id="_pa2qI_lrXjVzIk5UoWA-71" edge="1" parent="1" source="_pa2qI_lrXjVzIk5UoWA-69" style="html=1;verticalAlign=bottom;endArrow=open;endSize=8;strokeColor=#000000;rounded=0;entryX=0;entryY=0;entryDx=0;entryDy=0;" target="98pQ5EC6WEBKg6TK99Ge-40" value="">
          <mxGeometry relative="1" as="geometry">
            <Array as="points">
              <mxPoint x="30" y="210" />
              <mxPoint x="30" y="1320" />
            </Array>
            <mxPoint x="590" y="180" as="sourcePoint" />
            <mxPoint x="400" y="1440" as="targetPoint" />
          </mxGeometry>
        </mxCell>
        <mxCell id="_pa2qI_lrXjVzIk5UoWA-72" edge="1" parent="1" source="_pa2qI_lrXjVzIk5UoWA-69" style="edgeStyle=orthogonalEdgeStyle;html=1;verticalAlign=bottom;endArrow=open;endSize=8;strokeColor=#000000;rounded=0;exitX=0.5;exitY=1;exitDx=0;exitDy=0;" target="98pQ5EC6WEBKg6TK99Ge-8" value="">
          <mxGeometry relative="1" as="geometry">
            <mxPoint x="560" y="230" as="sourcePoint" />
            <mxPoint x="655" y="270" as="targetPoint" />
          </mxGeometry>
        </mxCell>
        <mxCell id="_pa2qI_lrXjVzIk5UoWA-74" parent="1" style="text;html=1;whiteSpace=wrap;strokeColor=none;fillColor=none;align=center;verticalAlign=middle;rounded=0;" value="&lt;font style=&quot;font-size: 10px;&quot;&gt;[No items available]&lt;/font&gt;" vertex="1">
          <mxGeometry height="20" width="120" x="140" y="190" as="geometry" />
        </mxCell>
        <mxCell id="_pa2qI_lrXjVzIk5UoWA-75" parent="1" style="text;html=1;whiteSpace=wrap;strokeColor=none;fillColor=none;align=center;verticalAlign=middle;rounded=0;" value="&lt;font style=&quot;font-size: 10px;&quot;&gt;[Else]&lt;/font&gt;" vertex="1">
          <mxGeometry height="30" width="60" x="405" y="210" as="geometry" />
        </mxCell>
      </root>
    </mxGraphModel>
  </diagram>
</mxfile>
